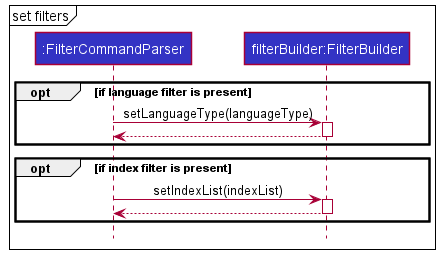
Earlier version of the PlantUML export docs/images/filterCommand/SetFilterReferenceSequenceDiagram.png (sharmainec/tp).
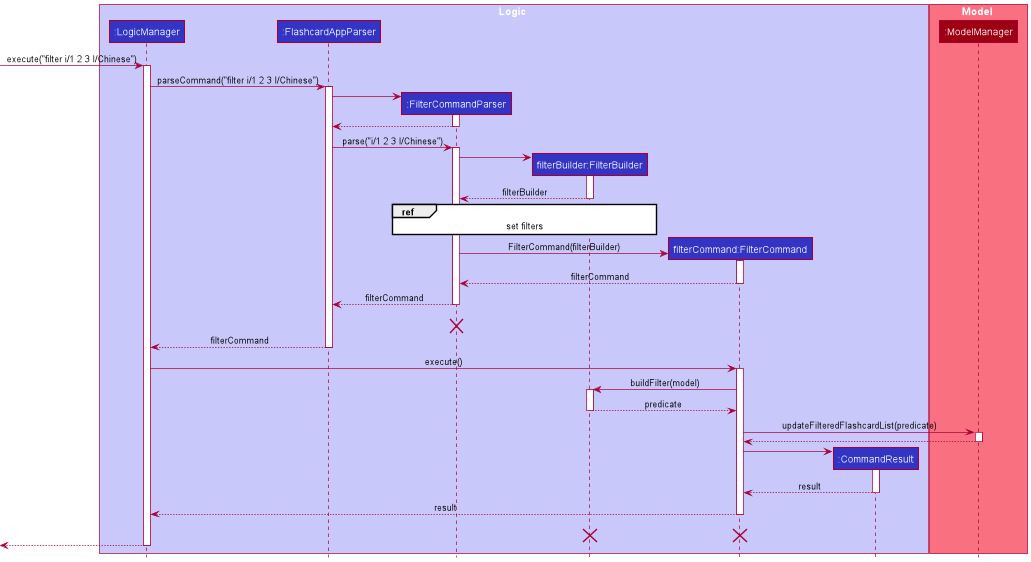
The same file after the commit.

Commit message:
Fix DG standardization bug

Diff of the diagram source:
```diff
@@ -1,34 +1,94 @@
 @startuml
 !include style.puml
 
-
+box Logic LOGIC_COLOR_T1
+participant ":LogicManager" as LogicManager LOGIC_COLOR
+participant ":FlashcardAppParser" as FlashcardAppParser LOGIC_COLOR
 participant ":FilterCommandParser" as FilterCommandParser LOGIC_COLOR
 participant "filterBuilder:FilterBuilder" as FilterBuilder LOGIC_COLOR
+participant "filterCommand:FilterCommand" as FilterCommand LOGIC_COLOR
+participant ":CommandResult" as CommandResult LOGIC_COLOR
+end box
 
-mainframe set filters
+box Model MODEL_COLOR_T1
+participant ":ModelManager" as Model MODEL_COLOR
+end box
+[-> LogicManager : execute("filter i/1 2 3 l/Chinese")
+activate LogicManager
 
-opt if language filter is present
+LogicManager -> FlashcardAppParser : parseCommand("filter i/1 2 3 l/Chinese")
+activate FlashcardAppParser
 
-FilterCommandParser -> FilterBuilder: setLanguageType(languageType)
+create FilterCommandParser
+FlashcardAppParser -> FilterCommandParser
+activate FilterCommandParser
+
+FilterCommandParser --> FlashcardAppParser
+deactivate FilterCommandParser
+
+FlashcardAppParser -> FilterCommandParser: parse("i/1 2 3 l/Chinese")
+activate FilterCommandParser
+
+create FilterBuilder
+FilterCommandParser -> FilterBuilder
 activate FilterBuilder
 
-FilterBuilder --> FilterCommandParser
+FilterBuilder --> FilterCommandParser :filterBuilder
+deactivate FilterBuilder
+
+ref over FilterCommandParser, FilterBuilder
+    set filters
+end
+create FilterCommand
+FilterCommandParser -> FilterCommand : FilterCommand(filterBuilder)
+activate FilterCommand
+
+FilterCommand --> FilterCommandParser : filterCommand
+deactivate FilterCommand
+
+FilterCommandParser --> FlashcardAppParser: filterCommand
+deactivate FilterCommandParser
+
+
+FilterCommandParser -[hidden]-> FlashcardAppParser: filterCommand
+destroy FilterCommandParser
+
+
+
+FlashcardAppParser --> LogicManager : filterCommand
+deactivate FlashcardAppParser
+
+LogicManager -> FilterCommand : execute()
+activate FilterCommand
+
+FilterCommand -> FilterBuilder : buildFilter(model)
+activate FilterBuilder
+
+FilterBuilder --> FilterCommand : predicate
 deactivate FilterBuilder
 
 
-end
+FilterCommand -> Model : updateFilteredFlashcardList(predicate)
+activate Model
 
+Model --> FilterCommand
+deactivate Model
 
-opt if index filter is present
+create CommandResult
+FilterCommand -> CommandResult
+activate CommandResult
 
-FilterCommandParser -> FilterBuilder: setIndexList(indexList)
-activate FilterBuilder
+CommandResult --> FilterCommand : result
+deactivate CommandResult
 
-FilterBuilder --> FilterCommandParser
-deactivate FilterBuilder
+FilterCommand --> LogicManager : result
+deactivate FilterCommand
 
+FilterCommand -[hidden]-> LogicManager : result
+destroy FilterCommand
 
-end
+destroy FilterBuilder
 
-
+[<--LogicManager
+deactivate LogicManager
 @enduml
```
